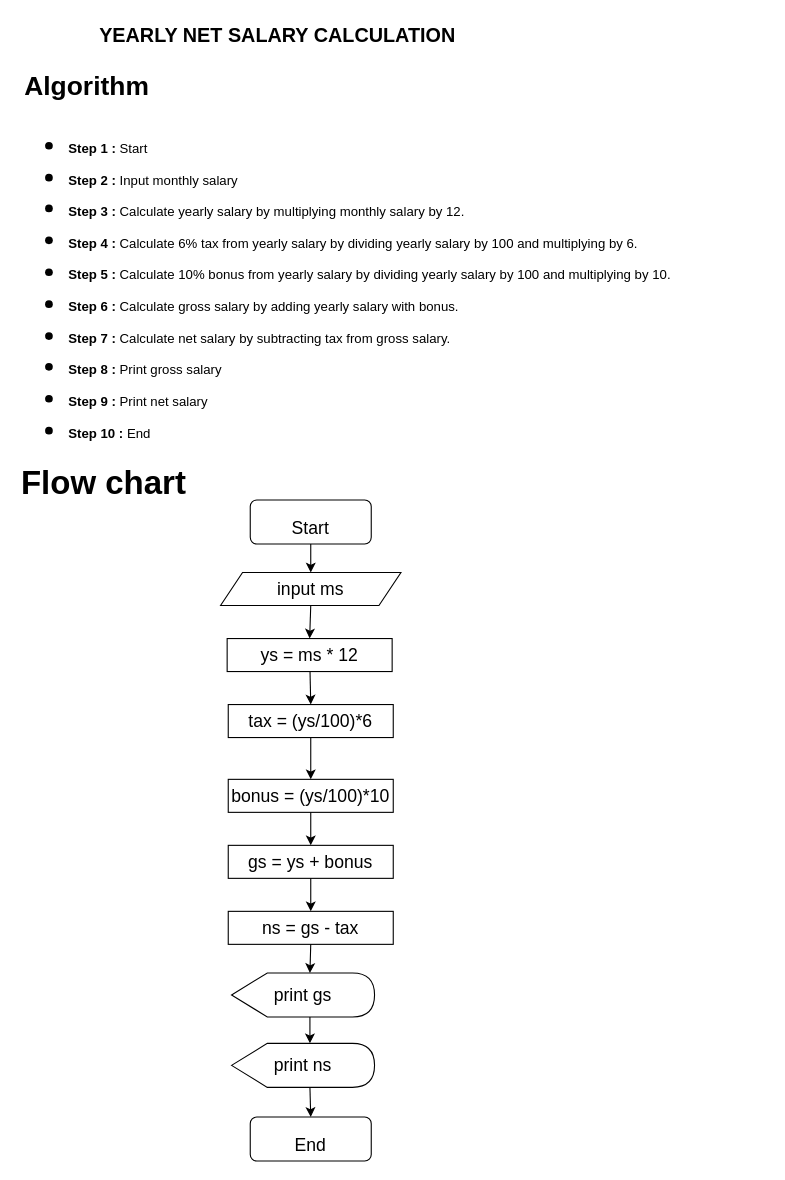
The draw.io diagram yearly net  salary calculation.drawio in Rekidiang2/p01_algorithm_and_flowchart, before the edit. Source tidied: cells renumbered, new cells numbered last; positions are measured from the earlier drawing's top-left corner, leaving out a move shared by most shapes. Both pictures are drawn from the tidied source at 110%, with x=0, y=0 at pixel (19, 19).
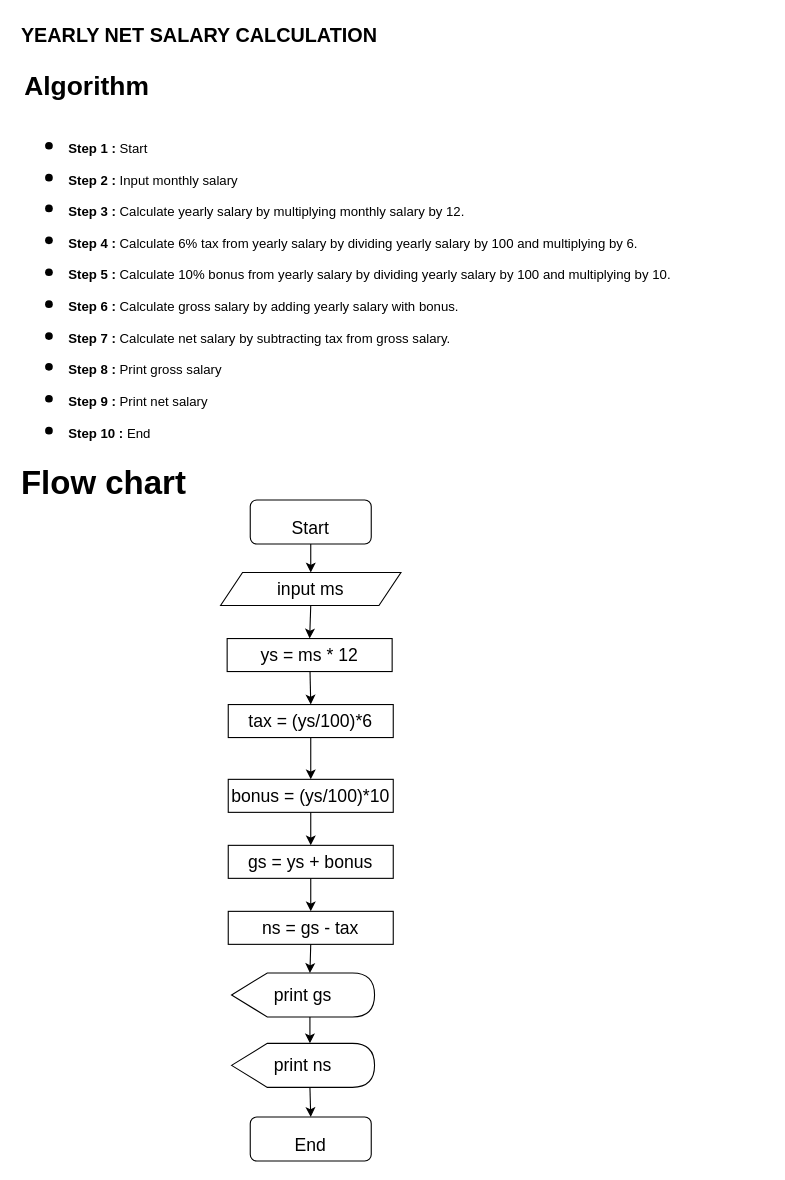
After the change.

Diff of the diagram source:
```diff
@@
-    <mxCell id="3" value="&lt;b&gt;&lt;font style=&quot;font-size: 18px&quot;&gt;YEARLY NET SALARY CALCULATION&lt;/font&gt;&lt;/b&gt;" style="text;html=1;strokeColor=none;fillColor=none;align=center;verticalAlign=middle;whiteSpace=wrap;rounded=0;" parent="1" vertex="1">
+    <mxCell id="3" value="&lt;b&gt;&lt;font style=&quot;font-size: 18px&quot;&gt;YEARLY NET SALARY CALCULATION&lt;/font&gt;&lt;/b&gt;" style="text;html=1;strokeColor=none;fillColor=none;align=left;verticalAlign=middle;whiteSpace=wrap;rounded=0;" parent="1" vertex="1">
       <mxGeometry width="470" height="30" as="geometry" />
     </mxCell>
```
